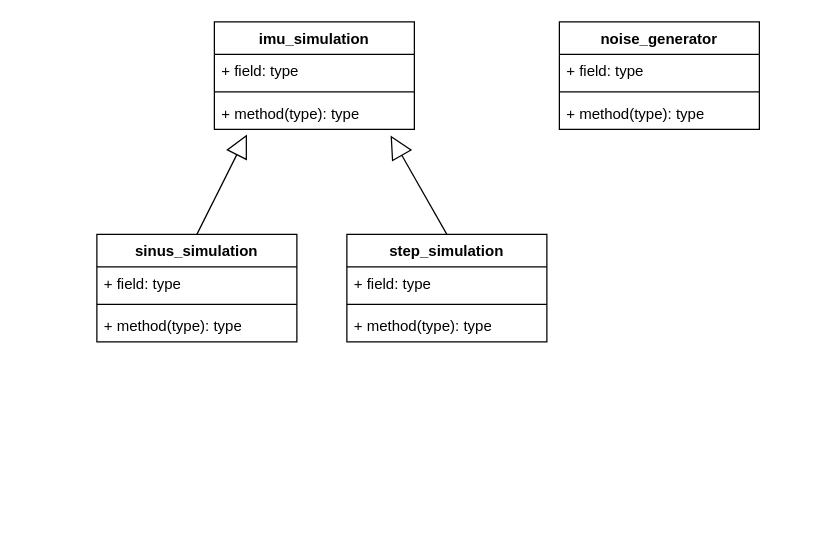
The draw.io diagram page "ImuDataSimulation" (1 of 3) of uml/UML Diagram Drawio/rtt_viewer_uml.drawio in JostMawick/rtt_viewer, before the edit. Source tidied: cells renumbered, new cells numbered last; positions are measured from the earlier drawing's top-left corner, leaving out a move shared by most shapes. Both pictures are drawn from the tidied source at 125%, with x=0, y=0 at pixel (96, 21).
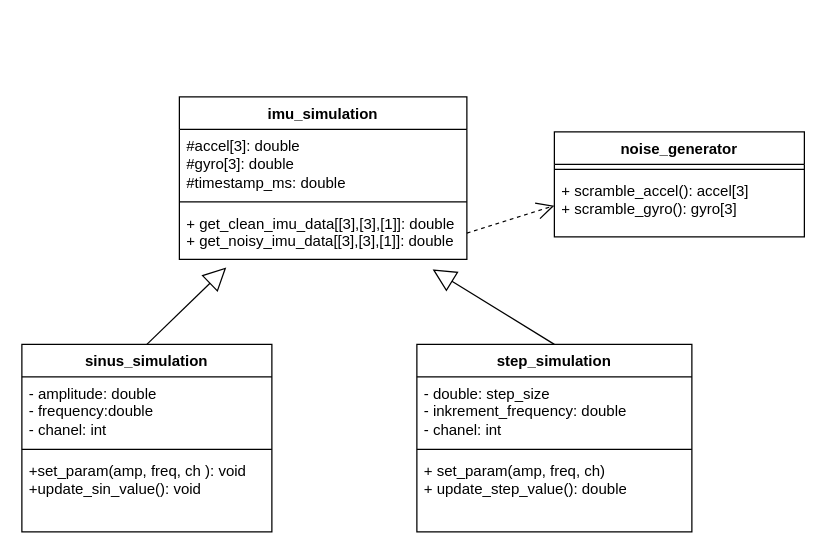
The same diagram, later.

Commit message (it also covers changes not shown here):
changed the UML from handwritten to drawio

Change to the diagram source:
```diff
@@
 <mxGraphModel>
   <root>
     <mxCell id="0" />
     <mxCell id="1" parent="0" />
     <mxCell id="2" value="imu_simulation" style="swimlane;fontStyle=1;align=center;verticalAlign=top;horizontal=1;startSize=26;whiteSpace=wrap;html=1;" parent="1" vertex="1">
-      <mxGeometry x="94" width="160" height="86" as="geometry" />
+      <mxGeometry x="66" y="60" width="230" height="130" as="geometry" />
     </mxCell>
-    <mxCell id="3" value="+ field: type" style="text;strokeColor=none;fillColor=none;align=left;verticalAlign=top;spacingLeft=4;spacingRight=4;overflow=hidden;whiteSpace=wrap;html=1;" parent="2" vertex="1">
-      <mxGeometry y="26" width="160" height="26" as="geometry" />
+    <mxCell id="3" value="#accel[3]: double&lt;div&gt;#gyro[3]: double&lt;/div&gt;&lt;div&gt;#timestamp_ms: double&lt;br&gt;&lt;div&gt;&lt;br&gt;&lt;/div&gt;&lt;/div&gt;" style="text;strokeColor=none;fillColor=none;align=left;verticalAlign=top;spacingLeft=4;spacingRight=4;overflow=hidden;whiteSpace=wrap;html=1;" parent="2" vertex="1">
+      <mxGeometry y="26" width="230" height="54" as="geometry" />
     </mxCell>
     <mxCell id="4" style="line;strokeWidth=1;fillColor=none;align=left;verticalAlign=middle;spacingTop=-1;spacingLeft=3;spacingRight=3;labelPosition=right;strokeColor=inherit;" parent="2" vertex="1">
-      <mxGeometry y="52" width="160" height="8" as="geometry" />
+      <mxGeometry y="80" width="230" height="8" as="geometry" />
     </mxCell>
-    <mxCell id="5" value="+ method(type): type" style="text;strokeColor=none;fillColor=none;align=left;verticalAlign=top;spacingLeft=4;spacingRight=4;overflow=hidden;points=[[0,0.5],[1,0.5]];portConstraint=eastwest;whiteSpace=wrap;html=1;" parent="2" vertex="1">
-      <mxGeometry y="60" width="160" height="26" as="geometry" />
+    <mxCell id="5" value="+ get_clean_imu_data[[3],[3],[1]]: double&lt;div&gt;+ get_noisy_imu_data[[3],[3],[1]]: double&lt;div&gt;&lt;br&gt;&lt;/div&gt;&lt;/div&gt;" style="text;strokeColor=none;fillColor=none;align=left;verticalAlign=top;spacingLeft=4;spacingRight=4;overflow=hidden;points=[[0,0.5],[1,0.5]];portConstraint=eastwest;whiteSpace=wrap;html=1;" parent="2" vertex="1">
+      <mxGeometry y="88" width="230" height="42" as="geometry" />
     </mxCell>
     <mxCell id="6" value="sinus_simulation" style="swimlane;fontStyle=1;align=center;verticalAlign=top;horizontal=1;startSize=26;whiteSpace=wrap;html=1;" parent="1" vertex="1">
-      <mxGeometry y="170" width="160" height="86" as="geometry" />
+      <mxGeometry x="-60" y="258" width="200" height="150" as="geometry" />
     </mxCell>
-    <mxCell id="7" value="+ field: type" style="text;strokeColor=none;fillColor=none;align=left;verticalAlign=top;spacingLeft=4;spacingRight=4;overflow=hidden;whiteSpace=wrap;html=1;" parent="6" vertex="1">
-      <mxGeometry y="26" width="160" height="26" as="geometry" />
+    <mxCell id="7" value="- amplitude: double&lt;div&gt;- frequency:double&lt;/div&gt;&lt;div&gt;- chanel: int&lt;/div&gt;" style="text;strokeColor=none;fillColor=none;align=left;verticalAlign=top;spacingLeft=4;spacingRight=4;overflow=hidden;whiteSpace=wrap;html=1;" parent="6" vertex="1">
+      <mxGeometry y="26" width="200" height="54" as="geometry" />
     </mxCell>
     <mxCell id="8" style="line;strokeWidth=1;fillColor=none;align=left;verticalAlign=middle;spacingTop=-1;spacingLeft=3;spacingRight=3;labelPosition=right;strokeColor=inherit;" parent="6" vertex="1">
-      <mxGeometry y="52" width="160" height="8" as="geometry" />
+      <mxGeometry y="80" width="200" height="8" as="geometry" />
     </mxCell>
-    <mxCell id="9" value="+ method(type): type" style="text;strokeColor=none;fillColor=none;align=left;verticalAlign=top;spacingLeft=4;spacingRight=4;overflow=hidden;whiteSpace=wrap;html=1;" parent="6" vertex="1">
-      <mxGeometry y="60" width="160" height="26" as="geometry" />
+    <mxCell id="9" value="&lt;div&gt;+set_param(amp, freq, ch ): void&lt;/div&gt;+update_sin_value(): void" style="text;strokeColor=none;fillColor=none;align=left;verticalAlign=top;spacingLeft=4;spacingRight=4;overflow=hidden;whiteSpace=wrap;html=1;" parent="6" vertex="1">
+      <mxGeometry y="88" width="200" height="62" as="geometry" />
     </mxCell>
     <mxCell id="10" value="step_simulation" style="swimlane;fontStyle=1;align=center;verticalAlign=top;horizontal=1;startSize=26;whiteSpace=wrap;html=1;" parent="1" vertex="1">
-      <mxGeometry x="200" y="170" width="160" height="86" as="geometry" />
+      <mxGeometry x="256" y="258" width="220" height="150" as="geometry" />
     </mxCell>
-    <mxCell id="11" value="+ field: type" style="text;strokeColor=none;fillColor=none;align=left;verticalAlign=top;spacingLeft=4;spacingRight=4;overflow=hidden;whiteSpace=wrap;html=1;" parent="10" vertex="1">
-      <mxGeometry y="26" width="160" height="26" as="geometry" />
+    <mxCell id="11" value="- double: step_size&lt;div&gt;- inkrement_frequency: double&lt;/div&gt;&lt;div&gt;- chanel: int&lt;/div&gt;&lt;div&gt;&lt;br&gt;&lt;div&gt;&lt;br&gt;&lt;/div&gt;&lt;/div&gt;&lt;div&gt;&lt;br&gt;&lt;/div&gt;" style="text;strokeColor=none;fillColor=none;align=left;verticalAlign=top;spacingLeft=4;spacingRight=4;overflow=hidden;whiteSpace=wrap;html=1;" parent="10" vertex="1">
+      <mxGeometry y="26" width="220" height="54" as="geometry" />
     </mxCell>
     <mxCell id="12" style="line;strokeWidth=1;fillColor=none;align=left;verticalAlign=middle;spacingTop=-1;spacingLeft=3;spacingRight=3;labelPosition=right;strokeColor=inherit;" parent="10" vertex="1">
-      <mxGeometry y="52" width="160" height="8" as="geometry" />
+      <mxGeometry y="80" width="220" height="8" as="geometry" />
     </mxCell>
-    <mxCell id="13" value="+ method(type): type" style="text;strokeColor=none;fillColor=none;align=left;verticalAlign=top;spacingLeft=4;spacingRight=4;overflow=hidden;whiteSpace=wrap;html=1;" parent="10" vertex="1">
-      <mxGeometry y="60" width="160" height="26" as="geometry" />
+    <mxCell id="13" value="+ set_param(amp, freq, ch)&lt;div&gt;&lt;div&gt;+ update_step_value(): double&lt;/div&gt;&lt;/div&gt;" style="text;strokeColor=none;fillColor=none;align=left;verticalAlign=top;spacingLeft=4;spacingRight=4;overflow=hidden;whiteSpace=wrap;html=1;" parent="10" vertex="1">
+      <mxGeometry y="88" width="220" height="62" as="geometry" />
     </mxCell>
     <mxCell id="14" style="endArrow=block;endSize=16;endFill=0;html=1;rounded=0;entryX=0.163;entryY=1.154;entryDx=0;entryDy=0;entryPerimeter=0;exitX=0.5;exitY=0;exitDx=0;exitDy=0;" parent="1" edge="1" source="6" target="5">
       <mxGeometry relative="1" as="geometry" />
     </mxCell>
     <mxCell id="15" style="endArrow=block;endSize=16;endFill=0;html=1;rounded=0;entryX=0.881;entryY=1.192;entryDx=0;entryDy=0;entryPerimeter=0;exitX=0.5;exitY=0;exitDx=0;exitDy=0;" parent="1" edge="1" source="10" target="5">
       <mxGeometry relative="1" as="geometry" />
     </mxCell>
     <mxCell id="16" value="noise_generator" style="swimlane;fontStyle=1;align=center;verticalAlign=top;horizontal=1;startSize=26;whiteSpace=wrap;html=1;" parent="1" vertex="1">
-      <mxGeometry x="370" width="160" height="86" as="geometry" />
+      <mxGeometry x="366" y="88" width="200" height="84" as="geometry" />
     </mxCell>
-    <mxCell id="17" value="+ field: type" style="text;strokeColor=none;fillColor=none;align=left;verticalAlign=top;spacingLeft=4;spacingRight=4;overflow=hidden;whiteSpace=wrap;html=1;" parent="16" vertex="1">
-      <mxGeometry y="26" width="160" height="26" as="geometry" />
-    </mxCell>
     <mxCell id="18" style="line;strokeWidth=1;fillColor=none;align=left;verticalAlign=middle;spacingTop=-1;spacingLeft=3;spacingRight=3;labelPosition=right;strokeColor=inherit;" parent="16" vertex="1">
-      <mxGeometry y="52" width="160" height="8" as="geometry" />
+      <mxGeometry y="26" width="200" height="8" as="geometry" />
     </mxCell>
-    <mxCell id="19" value="+ method(type): type" style="text;strokeColor=none;fillColor=none;align=left;verticalAlign=top;spacingLeft=4;spacingRight=4;overflow=hidden;points=[[0,0.5],[1,0.5]];portConstraint=eastwest;whiteSpace=wrap;html=1;" parent="16" vertex="1">
-      <mxGeometry y="60" width="160" height="26" as="geometry" />
+    <mxCell id="19" value="+ scramble_accel(): accel[3]&lt;div&gt;+ scramble_gyro(): gyro[3]&lt;br&gt;&lt;div&gt;&lt;br&gt;&lt;/div&gt;&lt;/div&gt;" style="text;strokeColor=none;fillColor=none;align=left;verticalAlign=top;spacingLeft=4;spacingRight=4;overflow=hidden;points=[[0,0.5],[1,0.5]];portConstraint=eastwest;whiteSpace=wrap;html=1;" parent="16" vertex="1">
+      <mxGeometry y="34" width="200" height="50" as="geometry" />
     </mxCell>
+    <mxCell id="20" style="endArrow=open;endSize=12;dashed=1;html=1;rounded=0;entryX=0;entryY=0.5;entryDx=0;entryDy=0;exitX=1;exitY=0.5;exitDx=0;exitDy=0;" parent="1" edge="1" source="5" target="19">
+      <mxGeometry relative="1" as="geometry" />
+    </mxCell>
   </root>
 </mxGraphModel>
```
